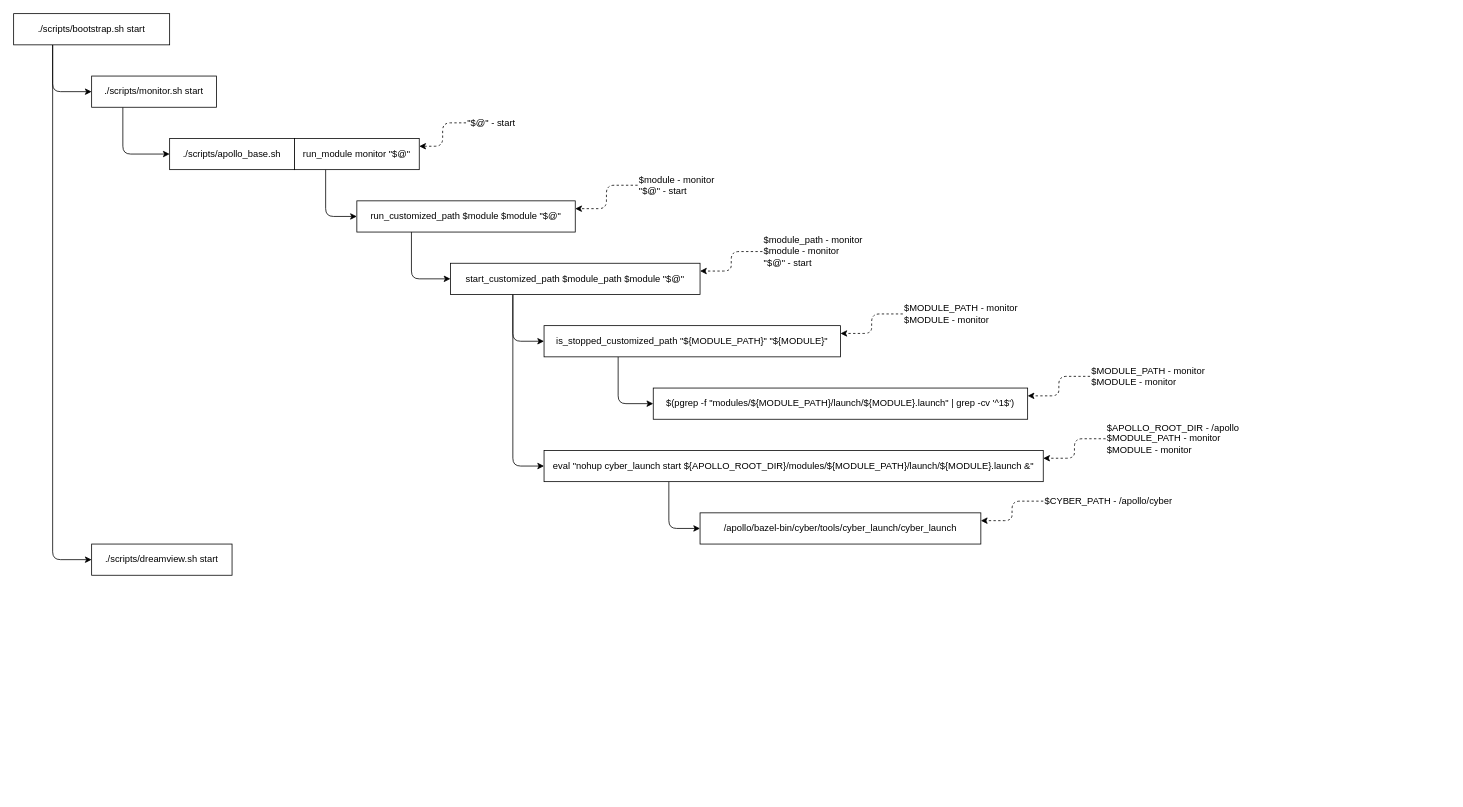
Earlier version of the draw.io diagram self_driving/apollo/v7.0.0/apollo.drawio (popany/notes). Source tidied: cells renumbered, new cells numbered last; positions are measured from the earlier drawing's top-left corner, leaving out a move shared by most shapes. Both pictures are drawn from the tidied source at 78%, with x=0, y=0 at pixel (13, 13).
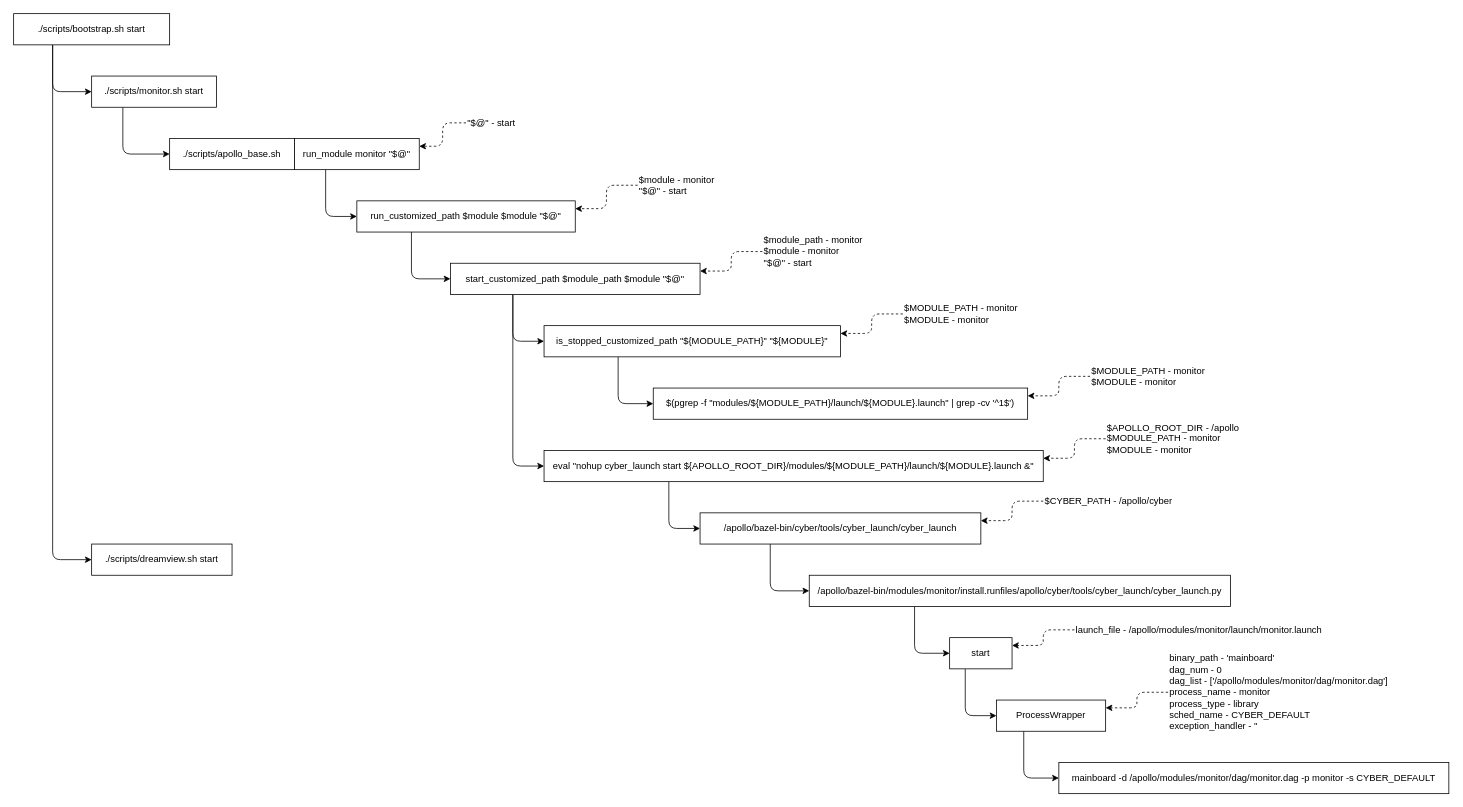
After the change.

The change refers to these unchanged cells:
```xml
<mxCell id="33" value="&lt;span style=&quot;text-align: left&quot;&gt;/apollo/bazel-bin/cyber/tools/cyber_launch/cyber_launch&lt;/span&gt;" style="rounded=0;whiteSpace=wrap;html=1;" parent="1" vertex="1">
  <mxGeometry x="880" y="640" width="360" height="40" as="geometry" />
</mxCell>
```

What changed in the source:
```diff
@@
+    <mxCell id="36" style="edgeStyle=orthogonalEdgeStyle;html=1;exitX=0.25;exitY=1;exitDx=0;exitDy=0;entryX=0;entryY=0.5;entryDx=0;entryDy=0;" parent="1" edge="1" source="33" target="47">
+      <mxGeometry relative="1" as="geometry" />
+    </mxCell>
@@
+    <mxCell id="37" style="edgeStyle=orthogonalEdgeStyle;html=1;exitX=0.25;exitY=1;exitDx=0;exitDy=0;entryX=0;entryY=0.5;entryDx=0;entryDy=0;" parent="1" edge="1" source="38" target="42">
+      <mxGeometry relative="1" as="geometry" />
+    </mxCell>
+    <mxCell id="38" value="&lt;span style=&quot;text-align: left&quot;&gt;start&lt;/span&gt;" style="rounded=0;whiteSpace=wrap;html=1;" parent="1" vertex="1">
+      <mxGeometry x="1200" y="800" width="80" height="40" as="geometry" />
+    </mxCell>
+    <mxCell id="39" style="edgeStyle=orthogonalEdgeStyle;html=1;dashed=1;entryX=1;entryY=0.25;entryDx=0;entryDy=0;" parent="1" edge="1" source="40" target="38">
+      <mxGeometry relative="1" as="geometry" />
+    </mxCell>
+    <mxCell id="40" value="&lt;div style=&quot;text-align: center&quot;&gt;launch_file - /apollo/modules/monitor/launch/monitor.launch&lt;br&gt;&lt;/div&gt;" style="text;html=1;align=center;verticalAlign=middle;points=[];strokeColor=none;fillColor=none;align=left;" parent="1" vertex="1">
+      <mxGeometry x="1360" y="780" width="330" height="20" as="geometry" />
+    </mxCell>
+    <mxCell id="41" style="edgeStyle=orthogonalEdgeStyle;html=1;exitX=0.25;exitY=1;exitDx=0;exitDy=0;entryX=0;entryY=0.5;entryDx=0;entryDy=0;" parent="1" edge="1" source="42" target="48">
+      <mxGeometry relative="1" as="geometry" />
+    </mxCell>
+    <mxCell id="42" value="&lt;div style=&quot;text-align: left&quot;&gt;ProcessWrapper&lt;br&gt;&lt;/div&gt;" style="rounded=0;whiteSpace=wrap;html=1;" parent="1" vertex="1">
+      <mxGeometry x="1260" y="880" width="140" height="40" as="geometry" />
+    </mxCell>
+    <mxCell id="43" style="edgeStyle=orthogonalEdgeStyle;html=1;dashed=1;entryX=1;entryY=0.25;entryDx=0;entryDy=0;" parent="1" edge="1" source="45" target="42">
+      <mxGeometry relative="1" as="geometry" />
+    </mxCell>
+    <mxCell id="44" value="&lt;div style=&quot;text-align: center&quot;&gt;&lt;br&gt;&lt;/div&gt;" style="text;html=1;align=center;verticalAlign=middle;strokeColor=none;fillColor=none;align=left;" parent="1" vertex="1">
+      <mxGeometry x="1450" y="905" width="20" height="20" as="geometry" />
+    </mxCell>
+    <mxCell id="45" value="binary_path - 'mainboard'&lt;br&gt;dag_num - 0&lt;br&gt;&lt;div&gt;dag_list -&amp;nbsp;['/apollo/modules/monitor/dag/monitor.dag']&lt;/div&gt;&lt;div&gt;process_name -&amp;nbsp;monitor&lt;/div&gt;&lt;div&gt;process_type -&amp;nbsp;library&lt;/div&gt;&lt;div&gt;sched_name -&amp;nbsp;CYBER_DEFAULT&lt;/div&gt;&lt;div&gt;exception_handler - ''&lt;/div&gt;" style="text;html=1;align=center;verticalAlign=middle;points=[];strokeColor=none;fillColor=none;align=left;" parent="1" vertex="1">
+      <mxGeometry x="1480" y="820" width="300" height="100" as="geometry" />
+    </mxCell>
+    <mxCell id="46" style="edgeStyle=orthogonalEdgeStyle;html=1;exitX=0.25;exitY=1;exitDx=0;exitDy=0;entryX=0;entryY=0.5;entryDx=0;entryDy=0;" parent="1" edge="1" source="47" target="38">
+      <mxGeometry relative="1" as="geometry">
+        <Array as="points">
+          <mxPoint x="1155" y="820" />
+        </Array>
+      </mxGeometry>
+    </mxCell>
+    <mxCell id="47" value="&lt;div style=&quot;text-align: left&quot;&gt;&lt;span&gt;/apollo/bazel-bin/modules/monitor/install.runfiles/apollo/cyber/tools/cyber_launch/cyber_launch.py&lt;/span&gt;&lt;/div&gt;" style="rounded=0;whiteSpace=wrap;html=1;" parent="1" vertex="1">
+      <mxGeometry x="1020" y="720" width="540" height="40" as="geometry" />
+    </mxCell>
+    <mxCell id="48" value="&lt;div style=&quot;text-align: left&quot;&gt;mainboard -d /apollo/modules/monitor/dag/monitor.dag -p monitor -s CYBER_DEFAULT&lt;br&gt;&lt;/div&gt;" style="rounded=0;whiteSpace=wrap;html=1;" parent="1" vertex="1">
+      <mxGeometry x="1340" y="960" width="500" height="40" as="geometry" />
+    </mxCell>
```
